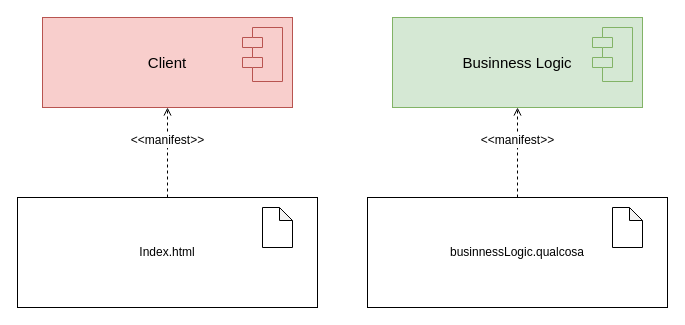
Marco-Burattoni/Progetto-ids keeps this draw.io diagram as page "artefatti" (1 of 3) of progettazione/deployment.drawio. Above is the earlier version. Source tidied: cells renumbered, new cells numbered last; positions are measured from the earlier drawing's top-left corner, leaving out a move shared by most shapes. Both pictures are drawn from the tidied source at 100%, with x=0, y=0 at pixel (17, 17).
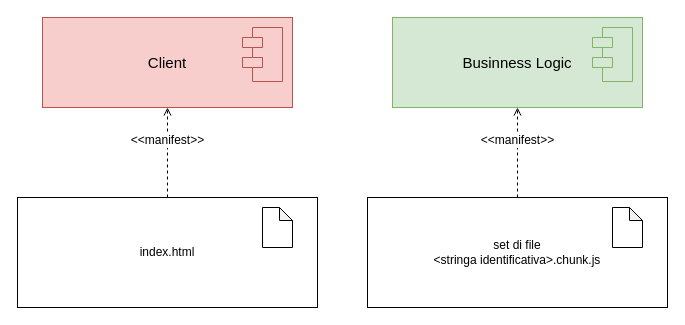
The same diagram, later.

Change to the diagram source:
```diff
@@
 <mxGraphModel>
   <root>
     <mxCell id="0" />
     <mxCell id="1" parent="0" />
     <mxCell id="2" value="Client" style="rounded=0;whiteSpace=wrap;html=1;fontSize=15;fillColor=#f8cecc;strokeColor=#b85450;" parent="1" vertex="1">
       <mxGeometry x="25" width="250" height="90" as="geometry" />
     </mxCell>
     <mxCell id="3" style="shape=module;align=left;spacingLeft=20;align=center;verticalAlign=top;fontSize=15;fillColor=#f8cecc;strokeColor=#b85450;" parent="1" vertex="1">
       <mxGeometry x="225" y="10" width="40" height="54" as="geometry" />
     </mxCell>
     <mxCell id="4" style="rounded=0;jettySize=auto;html=1;dashed=1;endArrow=open;endFill=0;" parent="1" edge="1" source="6" target="2">
       <mxGeometry relative="1" as="geometry" />
     </mxCell>
     <mxCell id="5" value="&lt;font style=&quot;font-size: 12px;&quot;&gt;&amp;lt;&amp;lt;manifest&amp;gt;&amp;gt;&lt;/font&gt;" style="edgeLabel;html=1;align=center;verticalAlign=middle;" parent="4" vertex="1">
       <mxGeometry x="0.29" y="1" relative="1" as="geometry" />
     </mxCell>
-    <mxCell id="6" value="Index.html" style="rounded=0;whiteSpace=wrap;html=1;fillColor=none;strokeColor=#000000;strokeWidth=1;" parent="1" vertex="1">
+    <mxCell id="6" value="index.html" style="rounded=0;whiteSpace=wrap;html=1;fillColor=none;strokeColor=#000000;strokeWidth=1;" parent="1" vertex="1">
       <mxGeometry y="180" width="300" height="110" as="geometry" />
     </mxCell>
     <mxCell id="7" style="shape=note;whiteSpace=wrap;html=1;backgroundOutline=1;darkOpacity=0.05;strokeColor=#000000;strokeWidth=1;size=13;" parent="1" vertex="1">
       <mxGeometry x="245" y="190" width="30" height="40" as="geometry" />
     </mxCell>
     <mxCell id="8" value="Businness Logic" style="rounded=0;whiteSpace=wrap;html=1;fontSize=15;fillColor=#d5e8d4;strokeColor=#82b366;" parent="1" vertex="1">
       <mxGeometry x="375" width="250" height="90" as="geometry" />
     </mxCell>
     <mxCell id="9" style="shape=module;align=left;spacingLeft=20;align=center;verticalAlign=top;fontSize=15;fillColor=#d5e8d4;strokeColor=#82b366;" parent="1" vertex="1">
       <mxGeometry x="575" y="10" width="40" height="54" as="geometry" />
     </mxCell>
     <mxCell id="10" style="rounded=0;jettySize=auto;html=1;dashed=1;endArrow=open;endFill=0;" parent="1" edge="1" source="12" target="8">
       <mxGeometry relative="1" as="geometry" />
     </mxCell>
     <mxCell id="11" value="&lt;font style=&quot;font-size: 12px;&quot;&gt;&amp;lt;&amp;lt;manifest&amp;gt;&amp;gt;&lt;/font&gt;" style="edgeLabel;html=1;align=center;verticalAlign=middle;" parent="10" vertex="1">
       <mxGeometry x="0.29" y="1" relative="1" as="geometry" />
     </mxCell>
-    <mxCell id="12" value="businnessLogic.qualcosa" style="rounded=0;whiteSpace=wrap;html=1;fillColor=none;strokeColor=#000000;strokeWidth=1;" parent="1" vertex="1">
+    <mxCell id="12" value="set di file&lt;br&gt;&amp;lt;stringa identificativa&amp;gt;.chunk.js" style="rounded=0;whiteSpace=wrap;html=1;fillColor=none;strokeColor=#000000;strokeWidth=1;" parent="1" vertex="1">
       <mxGeometry x="350" y="180" width="300" height="110" as="geometry" />
     </mxCell>
     <mxCell id="13" style="shape=note;whiteSpace=wrap;html=1;backgroundOutline=1;darkOpacity=0.05;strokeColor=#000000;strokeWidth=1;size=13;" parent="1" vertex="1">
       <mxGeometry x="595" y="190" width="30" height="40" as="geometry" />
     </mxCell>
   </root>
 </mxGraphModel>
```
